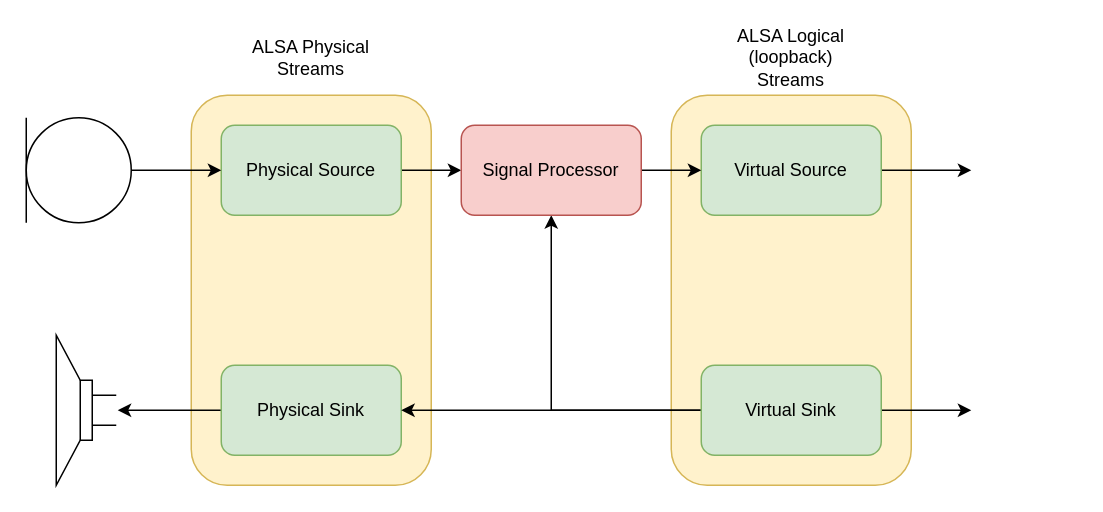
Before: doc/pic/audio_chain.drawio in nxp-imx/nxp-afe, a draw.io diagram. Source tidied: cells renumbered, new cells numbered last; positions are measured from the earlier drawing's top-left corner, leaving out a move shared by most shapes. Both pictures are drawn from the tidied source at 150%, with x=0, y=0 at pixel (26, 34).
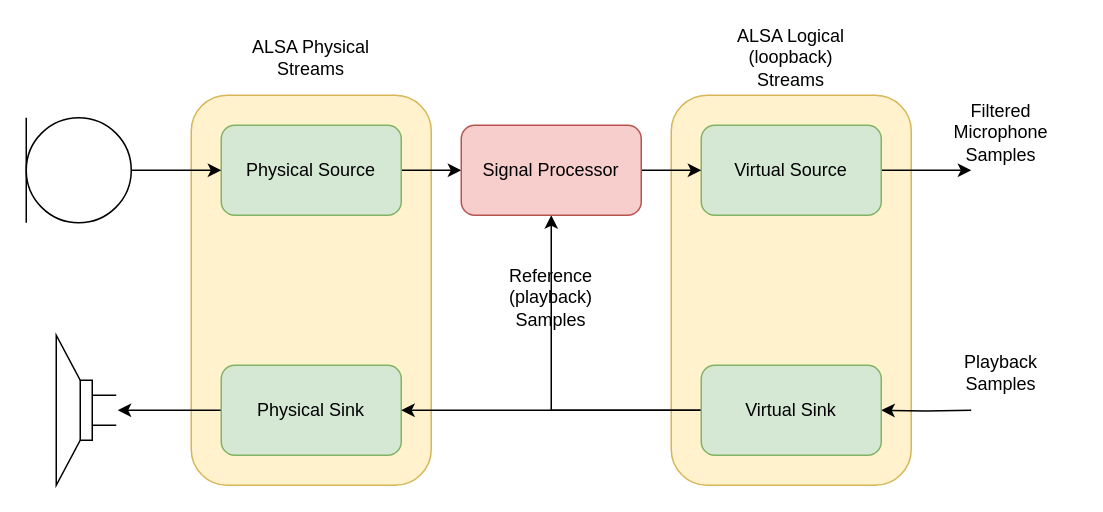
The same diagram, later.

Commit message (it also covers changes not shown here):
Fixed bug in drawing + added description

The change refers to these unchanged cells:
```xml
<mxCell id="13" value="Virtual Sink" style="rounded=1;whiteSpace=wrap;html=1;fillColor=#d5e8d4;strokeColor=#82b366;" parent="1" vertex="1">
  <mxGeometry x="450" y="220" width="120" height="60" as="geometry" />
</mxCell>
```

What changed in the source:
```diff
@@
-    <mxCell id="12" style="edgeStyle=orthogonalEdgeStyle;rounded=0;jettySize=auto;html=1;exitX=1;exitY=0.5;exitDx=0;exitDy=0;" parent="1" edge="1" source="13">
-      <mxGeometry relative="1" as="geometry">
-        <mxPoint x="630" y="250" as="targetPoint" />
-      </mxGeometry>
-    </mxCell>
+    <mxCell id="21" style="edgeStyle=orthogonalEdgeStyle;rounded=0;jettySize=auto;html=1;exitX=1;exitY=0.5;exitDx=0;exitDy=0;entryX=1;entryY=0.5;entryDx=0;entryDy=0;" parent="1" edge="1" target="13">
+      <mxGeometry relative="1" as="geometry">
+        <mxPoint x="630" y="250" as="sourcePoint" />
+      </mxGeometry>
+    </mxCell>
@@
+    <mxCell id="22" value="Filtered Microphone Samples" style="text;html=1;strokeColor=none;fillColor=none;align=center;verticalAlign=middle;whiteSpace=wrap;rounded=0;" parent="1" vertex="1">
+      <mxGeometry x="600" y="50" width="100" height="30" as="geometry" />
+    </mxCell>
+    <mxCell id="23" value="Playback Samples" style="text;html=1;strokeColor=none;fillColor=none;align=center;verticalAlign=middle;whiteSpace=wrap;rounded=0;" parent="1" vertex="1">
+      <mxGeometry x="600" y="210" width="100" height="30" as="geometry" />
+    </mxCell>
+    <mxCell id="24" value="Reference (playback) Samples" style="text;html=1;strokeColor=none;fillColor=none;align=center;verticalAlign=middle;whiteSpace=wrap;rounded=0;" parent="1" vertex="1">
+      <mxGeometry x="300" y="160" width="100" height="30" as="geometry" />
+    </mxCell>
```
